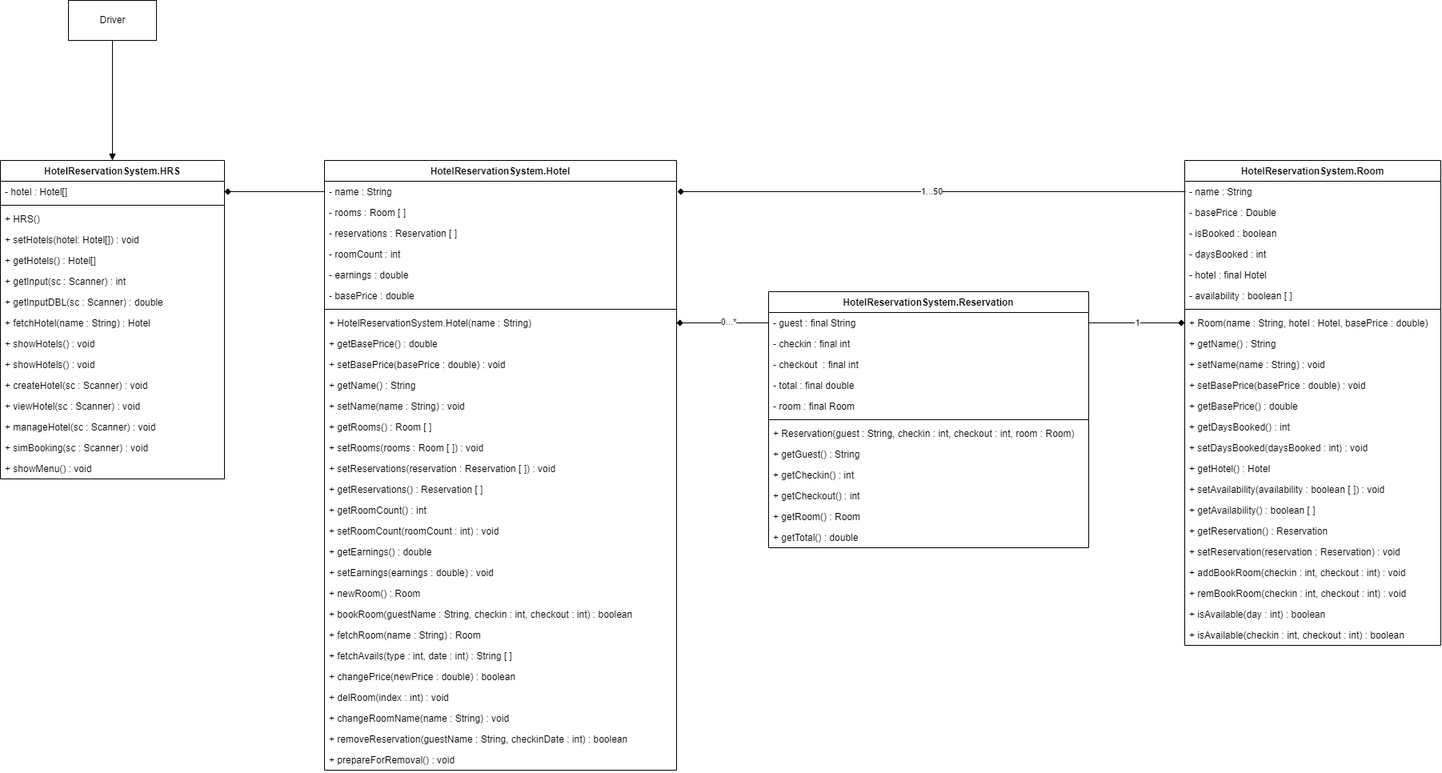
Above: res/[Ganituen, Jimenez. CCPROG3 MCO1] UML.png in zrygan/CCPROG3-MCOs (draw.io), before the change. Source tidied: cells renumbered, new cells last; positions are measured from the earlier drawing's top-left corner, leaving out a move shared by most shapes.
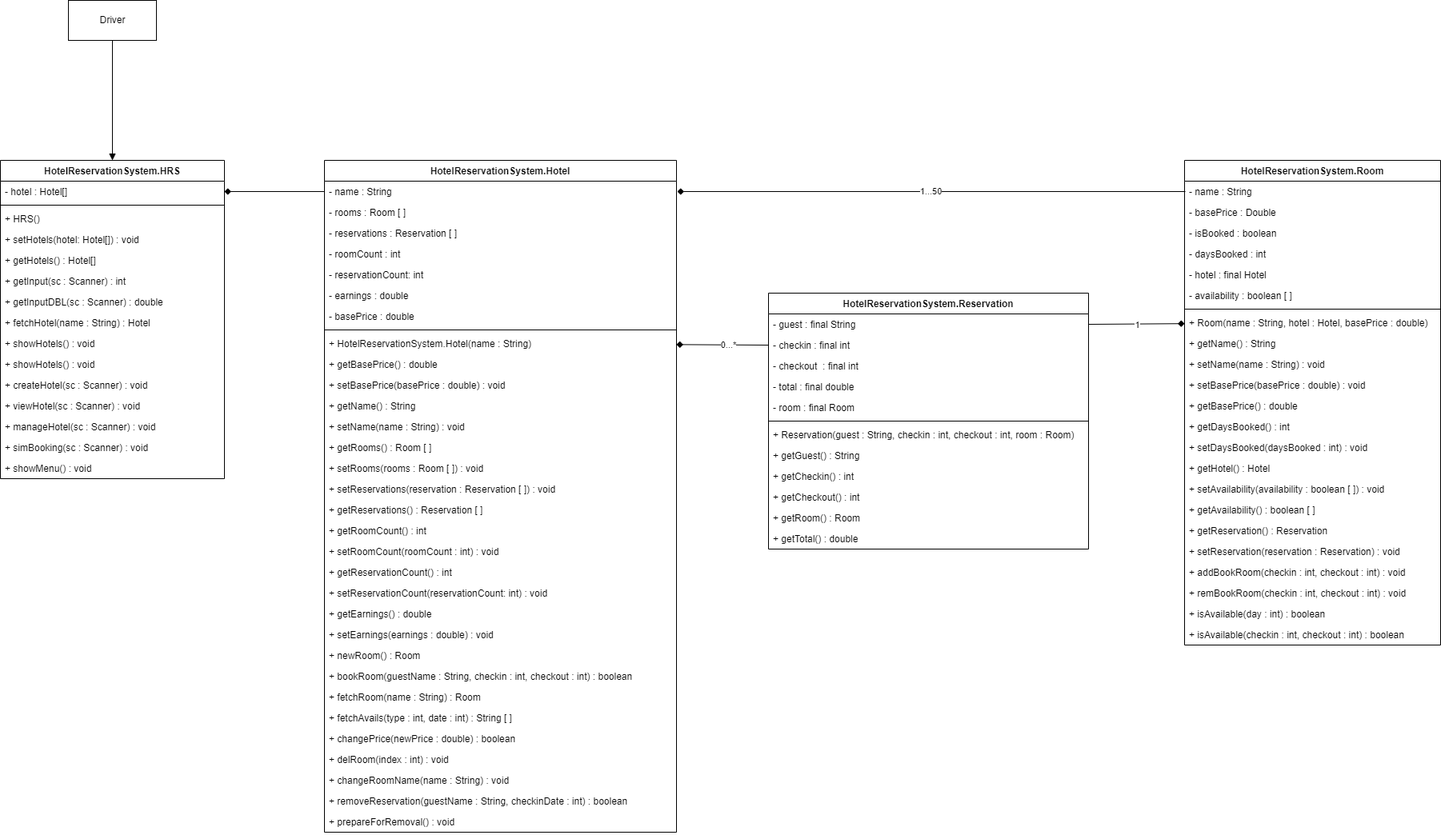
The same diagram one commit later.

What changed in the source:
```diff
@@ -3,7 +3,7 @@
     <mxCell id="0" />
     <mxCell id="1" parent="0" />
     <mxCell id="2" value="HotelReservationSystem.Hotel" style="swimlane;fontStyle=1;align=center;verticalAlign=top;horizontal=1;startSize=26;" parent="1" vertex="1">
-      <mxGeometry x="405" y="200" width="440" height="762" as="geometry" />
+      <mxGeometry x="405" y="200" width="440" height="840" as="geometry" />
     </mxCell>
     <mxCell id="3" value="- name : String" style="text;strokeColor=none;fillColor=none;align=left;verticalAlign=top;spacingLeft=4;spacingRight=4;overflow=hidden;points=[[0,0.5],[1,0.5]];portConstraint=eastwest;" parent="2" vertex="1">
       <mxGeometry y="26" width="440" height="26" as="geometry" />
@@ -17,80 +17,89 @@
     <mxCell id="6" value="- roomCount : int" style="text;strokeColor=none;fillColor=none;align=left;verticalAlign=top;spacingLeft=4;spacingRight=4;overflow=hidden;" parent="2" vertex="1">
       <mxGeometry y="104" width="440" height="26" as="geometry" />
     </mxCell>
+    <mxCell id="93" value="- reservationCount: int" style="text;strokeColor=none;fillColor=none;align=left;verticalAlign=top;spacingLeft=4;spacingRight=4;overflow=hidden;" parent="2" vertex="1">
+      <mxGeometry y="130" width="440" height="26" as="geometry" />
+    </mxCell>
     <mxCell id="7" value="- earnings : double" style="text;strokeColor=none;fillColor=none;align=left;verticalAlign=top;spacingLeft=4;spacingRight=4;overflow=hidden;" parent="2" vertex="1">
-      <mxGeometry y="130" width="440" height="26" as="geometry" />
+      <mxGeometry y="156" width="440" height="26" as="geometry" />
     </mxCell>
     <mxCell id="8" value="- basePrice : double" style="text;strokeColor=none;fillColor=none;align=left;verticalAlign=top;spacingLeft=4;spacingRight=4;overflow=hidden;" parent="2" vertex="1">
-      <mxGeometry y="156" width="440" height="26" as="geometry" />
+      <mxGeometry y="182" width="440" height="26" as="geometry" />
     </mxCell>
     <mxCell id="9" style="line;strokeWidth=1;fillColor=none;align=left;verticalAlign=middle;spacingTop=-1;spacingLeft=3;spacingRight=3;labelPosition=right;strokeColor=inherit;" parent="2" vertex="1">
-      <mxGeometry y="182" width="440" height="8" as="geometry" />
+      <mxGeometry y="208" width="440" height="8" as="geometry" />
     </mxCell>
     <mxCell id="10" value="+ HotelReservationSystem.Hotel(name : String)" style="text;strokeColor=none;fillColor=none;align=left;verticalAlign=top;spacingLeft=4;spacingRight=4;overflow=hidden;points=[[0,0.5],[1,0.5]];portConstraint=eastwest;" parent="2" vertex="1">
-      <mxGeometry y="190" width="440" height="26" as="geometry" />
+      <mxGeometry y="216" width="440" height="26" as="geometry" />
     </mxCell>
     <mxCell id="11" value="+ getBasePrice() : double" style="text;strokeColor=none;fillColor=none;align=left;verticalAlign=top;spacingLeft=4;spacingRight=4;overflow=hidden;" parent="2" vertex="1">
-      <mxGeometry y="216" width="440" height="26" as="geometry" />
+      <mxGeometry y="242" width="440" height="26" as="geometry" />
     </mxCell>
     <mxCell id="12" value="+ setBasePrice(basePrice : double) : void" style="text;strokeColor=none;fillColor=none;align=left;verticalAlign=top;spacingLeft=4;spacingRight=4;overflow=hidden;" parent="2" vertex="1">
-      <mxGeometry y="242" width="440" height="26" as="geometry" />
+      <mxGeometry y="268" width="440" height="26" as="geometry" />
     </mxCell>
     <mxCell id="13" value="+ getName() : String" style="text;strokeColor=none;fillColor=none;align=left;verticalAlign=top;spacingLeft=4;spacingRight=4;overflow=hidden;" parent="2" vertex="1">
-      <mxGeometry y="268" width="440" height="26" as="geometry" />
+      <mxGeometry y="294" width="440" height="26" as="geometry" />
     </mxCell>
     <mxCell id="14" value="+ setName(name : String) : void" style="text;strokeColor=none;fillColor=none;align=left;verticalAlign=top;spacingLeft=4;spacingRight=4;overflow=hidden;" parent="2" vertex="1">
-      <mxGeometry y="294" width="440" height="26" as="geometry" />
+      <mxGeometry y="320" width="440" height="26" as="geometry" />
     </mxCell>
     <mxCell id="15" value="+ getRooms() : Room [ ]" style="text;strokeColor=none;fillColor=none;align=left;verticalAlign=top;spacingLeft=4;spacingRight=4;overflow=hidden;" parent="2" vertex="1">
-      <mxGeometry y="320" width="440" height="26" as="geometry" />
+      <mxGeometry y="346" width="440" height="26" as="geometry" />
     </mxCell>
     <mxCell id="16" value="+ setRooms(rooms : Room [ ]) : void" style="text;strokeColor=none;fillColor=none;align=left;verticalAlign=top;spacingLeft=4;spacingRight=4;overflow=hidden;" parent="2" vertex="1">
-      <mxGeometry y="346" width="440" height="26" as="geometry" />
+      <mxGeometry y="372" width="440" height="26" as="geometry" />
     </mxCell>
     <mxCell id="17" value="+ setReservations(reservation : Reservation [ ]) : void" style="text;strokeColor=none;fillColor=none;align=left;verticalAlign=top;spacingLeft=4;spacingRight=4;overflow=hidden;" parent="2" vertex="1">
-      <mxGeometry y="372" width="440" height="26" as="geometry" />
+      <mxGeometry y="398" width="440" height="26" as="geometry" />
     </mxCell>
     <mxCell id="18" value="+ getReservations() : Reservation [ ]" style="text;strokeColor=none;fillColor=none;align=left;verticalAlign=top;spacingLeft=4;spacingRight=4;overflow=hidden;" parent="2" vertex="1">
-      <mxGeometry y="398" width="440" height="26" as="geometry" />
+      <mxGeometry y="424" width="440" height="26" as="geometry" />
     </mxCell>
     <mxCell id="19" value="+ getRoomCount() : int" style="text;strokeColor=none;fillColor=none;align=left;verticalAlign=top;spacingLeft=4;spacingRight=4;overflow=hidden;" parent="2" vertex="1">
-      <mxGeometry y="424" width="440" height="26" as="geometry" />
+      <mxGeometry y="450" width="440" height="26" as="geometry" />
     </mxCell>
     <mxCell id="20" value="+ setRoomCount(roomCount : int) : void" style="text;strokeColor=none;fillColor=none;align=left;verticalAlign=top;spacingLeft=4;spacingRight=4;overflow=hidden;" parent="2" vertex="1">
-      <mxGeometry y="450" width="440" height="26" as="geometry" />
+      <mxGeometry y="476" width="440" height="26" as="geometry" />
     </mxCell>
+    <mxCell id="94" value="+ getReservationCount() : int" style="text;strokeColor=none;fillColor=none;align=left;verticalAlign=top;spacingLeft=4;spacingRight=4;overflow=hidden;" parent="2" vertex="1">
+      <mxGeometry y="502" width="440" height="26" as="geometry" />
+    </mxCell>
+    <mxCell id="95" value="+ setReservationCount(reservationCount: int) : void" style="text;strokeColor=none;fillColor=none;align=left;verticalAlign=top;spacingLeft=4;spacingRight=4;overflow=hidden;" parent="2" vertex="1">
+      <mxGeometry y="528" width="440" height="26" as="geometry" />
+    </mxCell>
     <mxCell id="21" value="+ getEarnings() : double" style="text;strokeColor=none;fillColor=none;align=left;verticalAlign=top;spacingLeft=4;spacingRight=4;overflow=hidden;" parent="2" vertex="1">
-      <mxGeometry y="476" width="440" height="26" as="geometry" />
+      <mxGeometry y="554" width="440" height="26" as="geometry" />
     </mxCell>
     <mxCell id="22" value="+ setEarnings(earnings : double) : void" style="text;strokeColor=none;fillColor=none;align=left;verticalAlign=top;spacingLeft=4;spacingRight=4;overflow=hidden;" parent="2" vertex="1">
-      <mxGeometry y="502" width="440" height="26" as="geometry" />
+      <mxGeometry y="580" width="440" height="26" as="geometry" />
     </mxCell>
     <mxCell id="23" value="+ newRoom() : Room" style="text;strokeColor=none;fillColor=none;align=left;verticalAlign=top;spacingLeft=4;spacingRight=4;overflow=hidden;" parent="2" vertex="1">
-      <mxGeometry y="528" width="440" height="26" as="geometry" />
+      <mxGeometry y="606" width="440" height="26" as="geometry" />
     </mxCell>
     <mxCell id="24" value="+ bookRoom(guestName : String, checkin : int, checkout : int) : boolean" style="text;strokeColor=none;fillColor=none;align=left;verticalAlign=top;spacingLeft=4;spacingRight=4;overflow=hidden;" parent="2" vertex="1">
-      <mxGeometry y="554" width="440" height="26" as="geometry" />
+      <mxGeometry y="632" width="440" height="26" as="geometry" />
     </mxCell>
     <mxCell id="25" value="+ fetchRoom(name : String) : Room" style="text;strokeColor=none;fillColor=none;align=left;verticalAlign=top;spacingLeft=4;spacingRight=4;overflow=hidden;" parent="2" vertex="1">
-      <mxGeometry y="580" width="440" height="26" as="geometry" />
+      <mxGeometry y="658" width="440" height="26" as="geometry" />
     </mxCell>
     <mxCell id="26" value="+ fetchAvails(type : int, date : int) : String [ ]" style="text;strokeColor=none;fillColor=none;align=left;verticalAlign=top;spacingLeft=4;spacingRight=4;overflow=hidden;" parent="2" vertex="1">
-      <mxGeometry y="606" width="440" height="26" as="geometry" />
+      <mxGeometry y="684" width="440" height="26" as="geometry" />
     </mxCell>
     <mxCell id="27" value="+ changePrice(newPrice : double) : boolean" style="text;strokeColor=none;fillColor=none;align=left;verticalAlign=top;spacingLeft=4;spacingRight=4;overflow=hidden;" parent="2" vertex="1">
-      <mxGeometry y="632" width="440" height="26" as="geometry" />
+      <mxGeometry y="710" width="440" height="26" as="geometry" />
     </mxCell>
     <mxCell id="28" value="+ delRoom(index : int) : void" style="text;strokeColor=none;fillColor=none;align=left;verticalAlign=top;spacingLeft=4;spacingRight=4;overflow=hidden;" parent="2" vertex="1">
-      <mxGeometry y="658" width="440" height="26" as="geometry" />
+      <mxGeometry y="736" width="440" height="26" as="geometry" />
     </mxCell>
     <mxCell id="29" value="+ changeRoomName(name : String) : void" style="text;strokeColor=none;fillColor=none;align=left;verticalAlign=top;spacingLeft=4;spacingRight=4;overflow=hidden;" parent="2" vertex="1">
-      <mxGeometry y="684" width="440" height="26" as="geometry" />
+      <mxGeometry y="762" width="440" height="26" as="geometry" />
     </mxCell>
     <mxCell id="30" value="+ removeReservation(guestName : String, checkinDate : int) : boolean" style="text;strokeColor=none;fillColor=none;align=left;verticalAlign=top;spacingLeft=4;spacingRight=4;overflow=hidden;" parent="2" vertex="1">
-      <mxGeometry y="710" width="440" height="26" as="geometry" />
+      <mxGeometry y="788" width="440" height="26" as="geometry" />
     </mxCell>
     <mxCell id="31" value="+ prepareForRemoval() : void" style="text;strokeColor=none;fillColor=none;align=left;verticalAlign=top;spacingLeft=4;spacingRight=4;overflow=hidden;" parent="2" vertex="1">
-      <mxGeometry y="736" width="440" height="26" as="geometry" />
+      <mxGeometry y="814" width="440" height="26" as="geometry" />
     </mxCell>
     <mxCell id="32" value="HotelReservationSystem.Room" style="swimlane;fontStyle=1;align=center;verticalAlign=top;horizontal=1;startSize=26;" parent="1" vertex="1">
       <mxGeometry x="1480" y="200" width="320" height="606" as="geometry" />
@@ -165,7 +174,7 @@
       <mxGeometry y="580" width="320" height="26" as="geometry" />
     </mxCell>
     <mxCell id="56" value="HotelReservationSystem.Reservation" style="swimlane;fontStyle=1;align=center;verticalAlign=top;horizontal=1;startSize=26;" parent="1" vertex="1">
-      <mxGeometry x="960" y="364" width="400" height="320" as="geometry" />
+      <mxGeometry x="960" y="366" width="400" height="320" as="geometry" />
     </mxCell>
     <mxCell id="57" value="- guest : final String" style="text;strokeColor=none;fillColor=none;align=left;verticalAlign=top;spacingLeft=4;spacingRight=4;overflow=hidden;points=[[0,0.5],[1,0.5]];portConstraint=eastwest;" parent="56" vertex="1">
       <mxGeometry y="26" width="400" height="26" as="geometry" />
@@ -266,7 +275,7 @@
         <mxPoint x="846" y="239" as="targetPoint" />
       </mxGeometry>
     </mxCell>
-    <mxCell id="89" style="edgeStyle=none;html=1;exitX=0;exitY=0.5;exitDx=0;exitDy=0;endArrow=diamond;endFill=1;" parent="1" edge="1" source="57" target="10">
+    <mxCell id="89" style="edgeStyle=none;html=1;exitX=0;exitY=0.5;exitDx=0;exitDy=0;endArrow=diamond;endFill=1;" parent="1" edge="1" source="58" target="10">
       <mxGeometry relative="1" as="geometry" />
     </mxCell>
     <mxCell id="90" value="0...*" style="edgeLabel;html=1;align=center;verticalAlign=middle;" parent="89" vertex="1">
```
